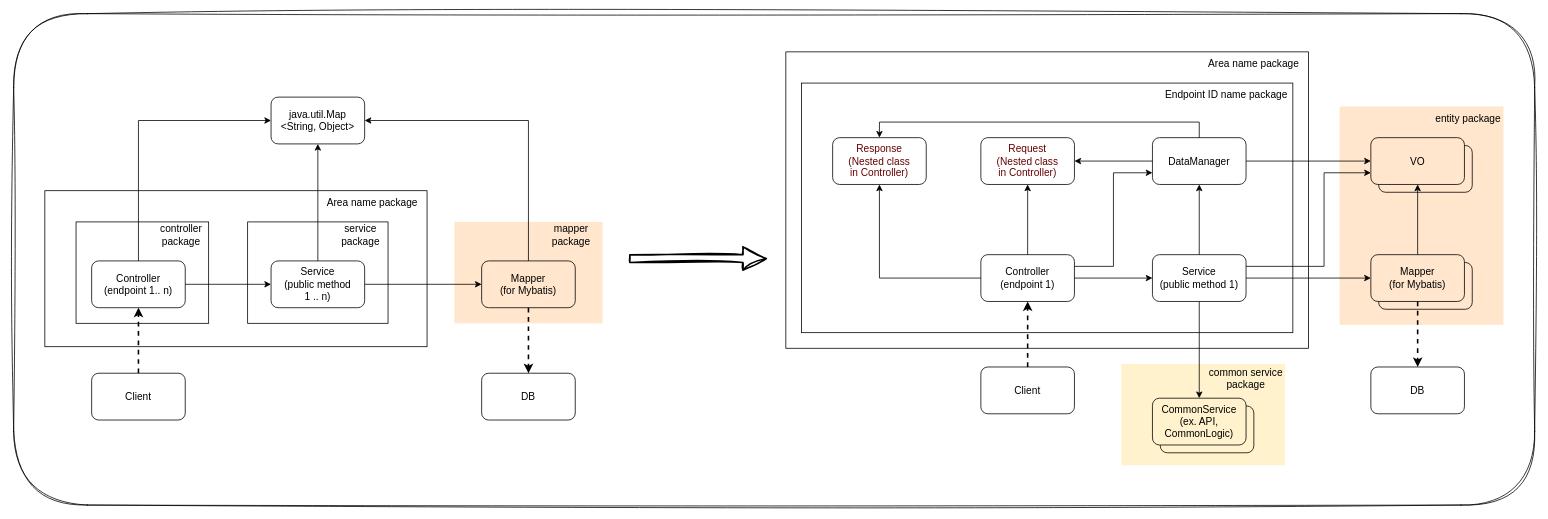
Above: page "cover" (3 of 3) of architecture-in-spring/SimpleBackend.drawio in seungyeop-lee/blog-example (draw.io), before the change. Source tidied: cells renumbered, new cells numbered last; positions are measured from the earlier drawing's top-left corner, leaving out a move shared by most shapes. Both pictures are drawn from the tidied source at 78%, with x=0, y=0 at pixel (13, 13).
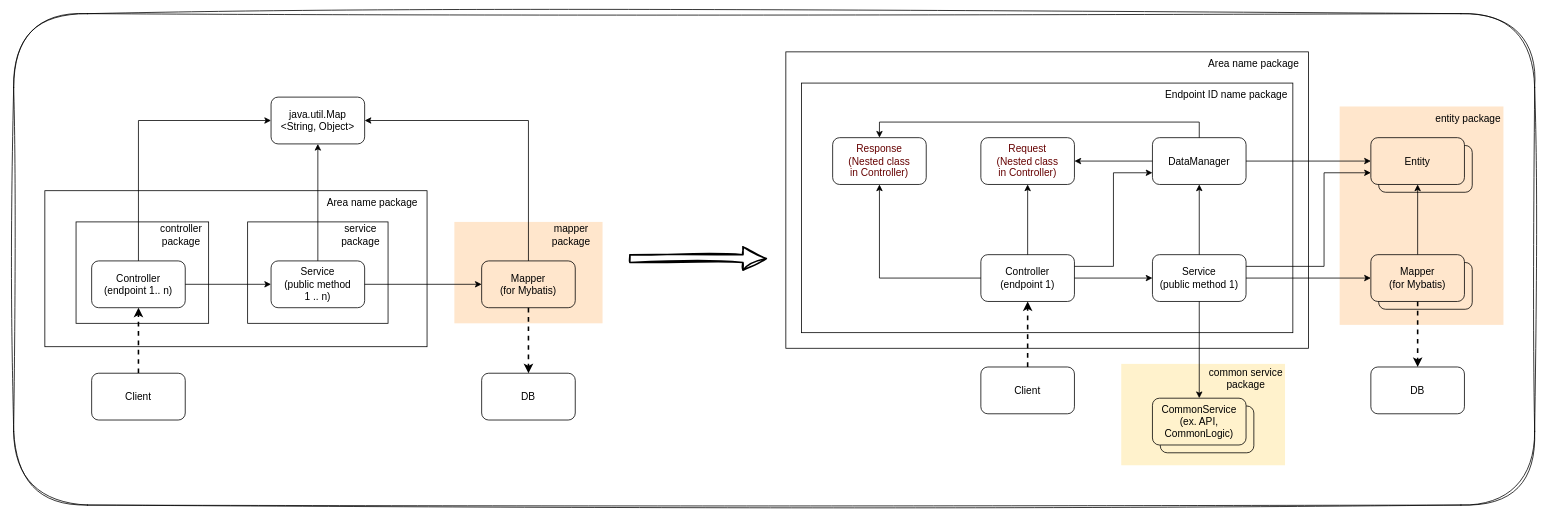
The same diagram, later.

The change refers to these unchanged cells:
```xml
<mxCell id="25" style="group;" parent="1" vertex="1">
  <mxGeometry x="990" y="49" width="920" height="530" as="geometry" />
</mxCell>
```

Diff of the diagram source:
```diff
@@
-    <mxCell id="45" value="VO" style="rounded=1;whiteSpace=wrap;html=1;fillColor=#ffe6cc;fontStyle=0;fontSize=13;strokeColor=#000000;glass=0;shadow=0;fontColor=#000000;" parent="25" vertex="1">
+    <mxCell id="45" value="Entity" style="rounded=1;whiteSpace=wrap;html=1;fillColor=#ffe6cc;fontStyle=0;fontSize=13;strokeColor=#000000;glass=0;shadow=0;fontColor=#000000;" parent="25" vertex="1">
       <mxGeometry x="750" y="110" width="120" height="60" as="geometry" />
     </mxCell>
```
